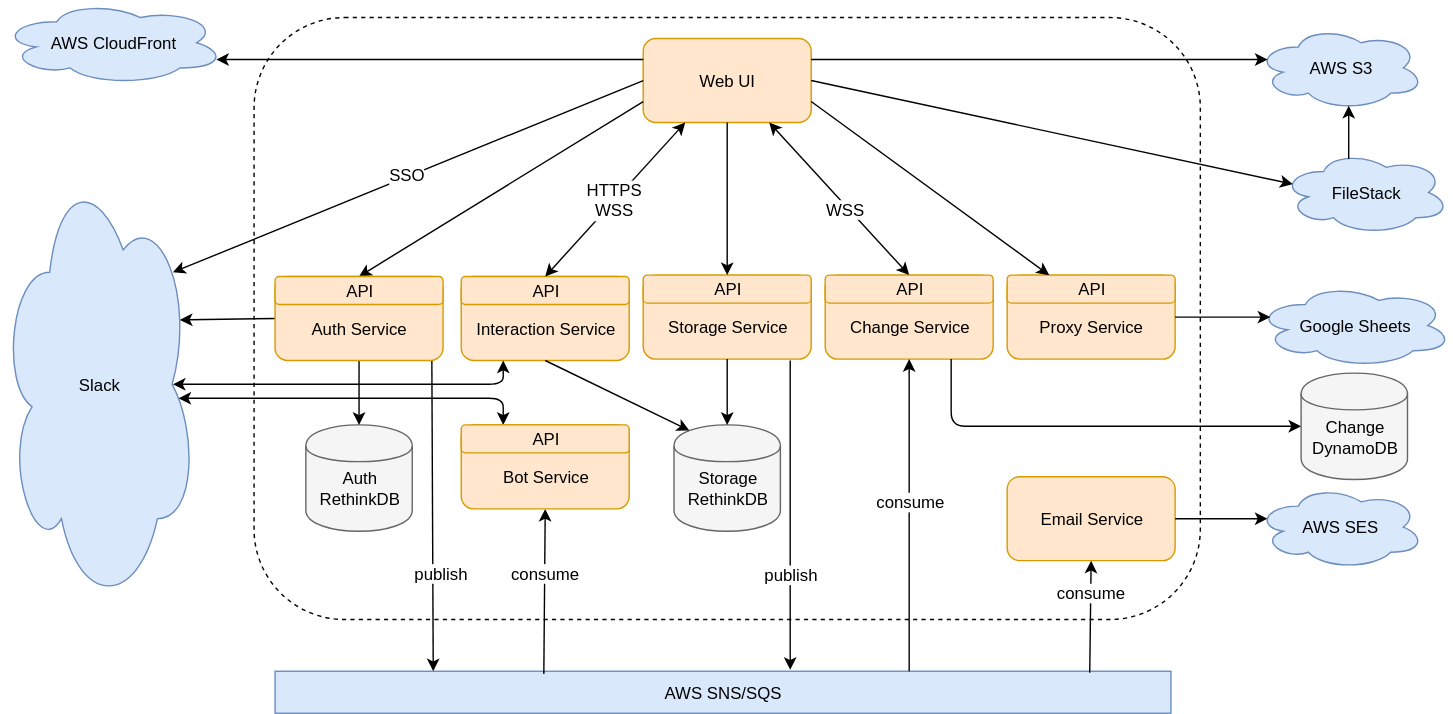
The draw.io diagram OC-System.svg in open-company/developer-onboarding, before a commit. Source tidied: cells renumbered, new cells last; positions are measured from the earlier drawing's top-left corner, leaving out a move shared by most shapes.
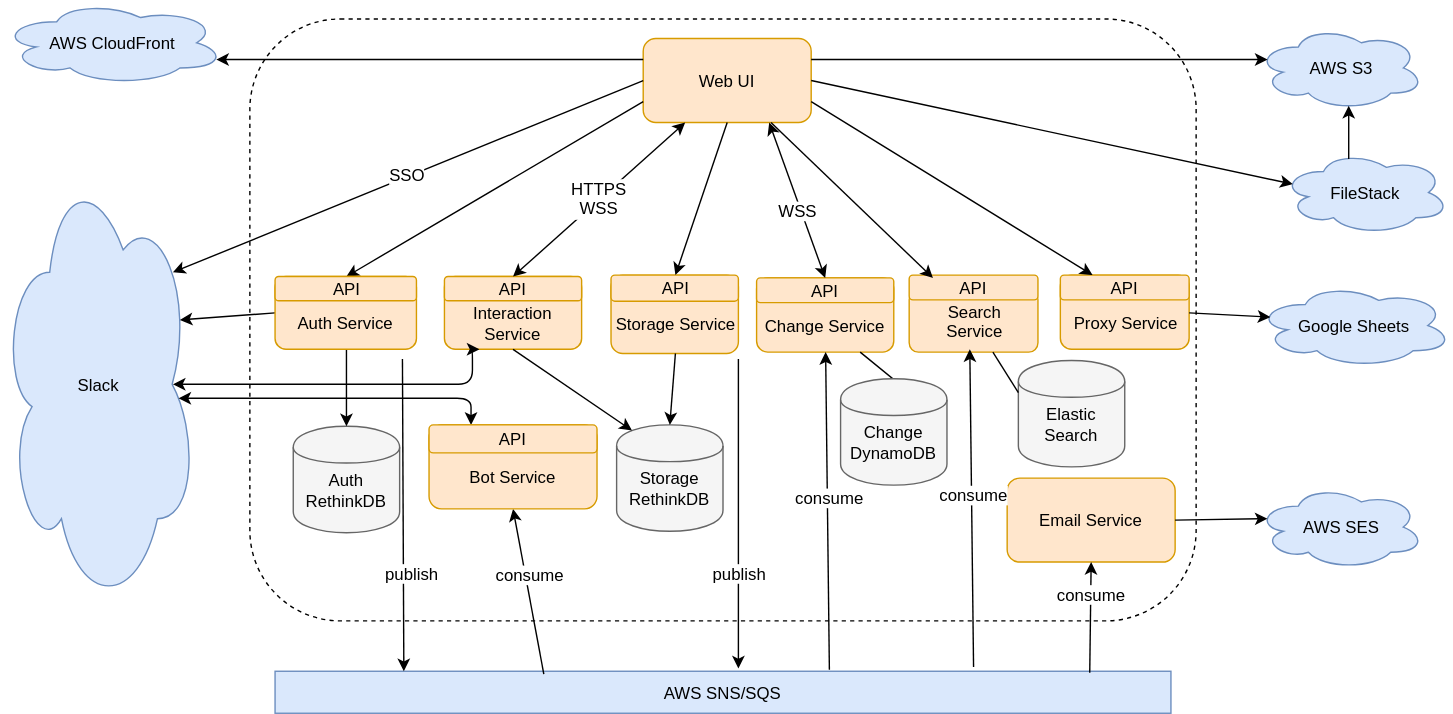
The same diagram one commit later.

What changed in the source:
```diff
@@ -3,13 +3,13 @@
     <mxCell id="0" />
     <mxCell id="1" parent="0" />
     <mxCell id="2" style="rounded=1;whiteSpace=wrap;html=1;dashed=1;" parent="1" vertex="1">
-      <mxGeometry x="181" y="12" width="676" height="430" as="geometry" />
+      <mxGeometry x="178" y="13" width="676" height="430" as="geometry" />
     </mxCell>
     <mxCell id="3" value="&lt;div&gt;&lt;br&gt;&lt;/div&gt;Storage&lt;div&gt;RethinkDB&lt;/div&gt;" style="shape=cylinder;whiteSpace=wrap;html=1;fontSize=12;fontColor=#000000;fillColor=#f5f5f5;strokeColor=#666666;" parent="1" vertex="1">
-      <mxGeometry x="481" y="303" width="76" height="76" as="geometry" />
+      <mxGeometry x="440" y="303" width="76" height="76" as="geometry" />
     </mxCell>
     <mxCell id="4" value="&lt;div&gt;&lt;br&gt;&lt;/div&gt;Auth&lt;div&gt;RethinkDB&lt;/div&gt;" style="shape=cylinder;whiteSpace=wrap;html=1;fontSize=12;fontColor=#000000;fillColor=#f5f5f5;strokeColor=#666666;" parent="1" vertex="1">
-      <mxGeometry x="218" y="303" width="76" height="76" as="geometry" />
+      <mxGeometry x="209" y="304" width="76" height="76" as="geometry" />
     </mxCell>
     <mxCell id="5" value="Slack" style="ellipse;shape=cloud;whiteSpace=wrap;html=1;fontSize=12;fontColor=#000000;fillColor=#dae8fc;strokeColor=#6c8ebf;" parent="1" vertex="1">
       <mxGeometry y="114" width="140" height="320" as="geometry" />
@@ -21,34 +21,34 @@
       <mxGeometry x="196" y="479" width="640" height="30" as="geometry" />
     </mxCell>
     <mxCell id="8" value="Email Service" style="rounded=1;whiteSpace=wrap;html=1;fontSize=12;fontColor=#000000;fillColor=#ffe6cc;strokeColor=#d79b00;" parent="1" vertex="1">
-      <mxGeometry x="719" y="340" width="120" height="60" as="geometry" />
+      <mxGeometry x="719" y="341" width="120" height="60" as="geometry" />
     </mxCell>
     <mxCell id="9" style="group;" parent="1" vertex="1">
-      <mxGeometry x="589" y="196" width="120" height="60" as="geometry" />
+      <mxGeometry x="540" y="198" width="98" height="53" as="geometry" />
     </mxCell>
     <mxCell id="10" value="&lt;div&gt;&lt;br&gt;&lt;/div&gt;Change Service" style="rounded=1;whiteSpace=wrap;html=1;fontSize=12;fontColor=#000000;fillColor=#ffe6cc;strokeColor=#d79b00;" parent="9" vertex="1">
-      <mxGeometry width="120" height="60" as="geometry" />
+      <mxGeometry width="98" height="53" as="geometry" />
     </mxCell>
     <mxCell id="11" value="API" style="rounded=1;whiteSpace=wrap;html=1;fontSize=12;fontColor=#000000;fillColor=#ffe6cc;strokeColor=#d79b00;" parent="9" vertex="1">
-      <mxGeometry width="120" height="20" as="geometry" />
+      <mxGeometry width="98" height="17.7" as="geometry" />
     </mxCell>
     <mxCell id="12" style="group;" parent="1" vertex="1">
-      <mxGeometry x="459" y="196" width="120" height="60" as="geometry" />
+      <mxGeometry x="436" y="196" width="91" height="56" as="geometry" />
     </mxCell>
     <mxCell id="13" value="&lt;div&gt;&lt;br&gt;&lt;/div&gt;&lt;div&gt;Storage Service&lt;/div&gt;" style="rounded=1;whiteSpace=wrap;html=1;fontSize=12;fontColor=#000000;fillColor=#ffe6cc;strokeColor=#d79b00;" parent="12" vertex="1">
-      <mxGeometry width="120" height="60" as="geometry" />
+      <mxGeometry width="91" height="56" as="geometry" />
     </mxCell>
     <mxCell id="14" value="API" style="rounded=1;whiteSpace=wrap;html=1;fontSize=12;fontColor=#000000;fillColor=#ffe6cc;strokeColor=#d79b00;" parent="12" vertex="1">
-      <mxGeometry width="120" height="20" as="geometry" />
+      <mxGeometry width="91" height="18.7" as="geometry" />
     </mxCell>
     <mxCell id="15" style="group;" parent="1" vertex="1">
-      <mxGeometry x="329" y="197" width="120" height="60" as="geometry" />
+      <mxGeometry x="317" y="197" width="98" height="52" as="geometry" />
     </mxCell>
     <mxCell id="16" value="&lt;div&gt;&lt;br&gt;&lt;/div&gt;&lt;div&gt;Interaction Service&lt;/div&gt;" style="rounded=1;whiteSpace=wrap;html=1;fontSize=12;fontColor=#000000;fillColor=#ffe6cc;strokeColor=#d79b00;" parent="15" vertex="1">
-      <mxGeometry width="120" height="60" as="geometry" />
+      <mxGeometry width="98" height="52" as="geometry" />
     </mxCell>
     <mxCell id="17" value="API" style="rounded=1;whiteSpace=wrap;html=1;fontSize=12;fontColor=#000000;fillColor=#ffe6cc;strokeColor=#d79b00;" parent="15" vertex="1">
-      <mxGeometry width="120" height="20" as="geometry" />
+      <mxGeometry width="98" height="17.3" as="geometry" />
     </mxCell>
     <mxCell id="18" value="AWS SES" style="ellipse;shape=cloud;whiteSpace=wrap;html=1;fontSize=12;fontColor=#000000;fillColor=#dae8fc;strokeColor=#6c8ebf;" parent="1" vertex="1">
       <mxGeometry x="897" y="346" width="120" height="60" as="geometry" />
@@ -67,8 +67,8 @@
     </mxCell>
     <mxCell id="23" style="endArrow=classic;html=1;strokeColor=#000000;fontSize=12;fontColor=#000000;exitX=0.917;exitY=1.017;exitPerimeter=0;" parent="1" edge="1">
       <mxGeometry relative="1" as="geometry">
-        <mxPoint x="564" y="257" as="sourcePoint" />
-        <mxPoint x="564" y="478" as="targetPoint" />
+        <mxPoint x="527" y="256" as="sourcePoint" />
+        <mxPoint x="527" y="477" as="targetPoint" />
       </mxGeometry>
     </mxCell>
     <mxCell id="24" value="publish" style="text;html=1;align=center;verticalAlign=middle;labelBackgroundColor=#ffffff;fontSize=12;fontColor=#000000;" parent="23" vertex="1">
@@ -86,8 +86,8 @@
     </mxCell>
     <mxCell id="27" style="endArrow=classic;html=1;strokeColor=#000000;fontSize=12;fontColor=#000000;exitX=0.975;exitY=0.983;exitPerimeter=0;entryX=0.178;entryY=0;entryPerimeter=0;" parent="1" edge="1">
       <mxGeometry relative="1" as="geometry">
-        <mxPoint x="308" y="256" as="sourcePoint" />
-        <mxPoint x="309" y="479" as="targetPoint" />
+        <mxPoint x="287" y="256" as="sourcePoint" />
+        <mxPoint x="288" y="479" as="targetPoint" />
       </mxGeometry>
     </mxCell>
     <mxCell id="28" value="publish" style="text;html=1;align=center;verticalAlign=middle;labelBackgroundColor=#ffffff;fontSize=12;fontColor=#000000;" parent="27" vertex="1">
@@ -110,13 +110,13 @@
       <mxGeometry relative="1" as="geometry" />
     </mxCell>
     <mxCell id="33" style="group;" parent="1" vertex="1">
-      <mxGeometry x="719" y="196" width="120" height="60" as="geometry" />
+      <mxGeometry x="757" y="196" width="92" height="53" as="geometry" />
     </mxCell>
     <mxCell id="34" value="&lt;div&gt;&lt;br&gt;&lt;/div&gt;Proxy Service" style="rounded=1;whiteSpace=wrap;html=1;fontSize=12;fontColor=#000000;fillColor=#ffe6cc;strokeColor=#d79b00;" parent="33" vertex="1">
-      <mxGeometry width="120" height="60" as="geometry" />
+      <mxGeometry width="92" height="53" as="geometry" />
     </mxCell>
     <mxCell id="35" value="API" style="rounded=1;whiteSpace=wrap;html=1;fontSize=12;fontColor=#000000;fillColor=#ffe6cc;strokeColor=#d79b00;" parent="33" vertex="1">
-      <mxGeometry width="120" height="20" as="geometry" />
+      <mxGeometry width="92" height="17.7" as="geometry" />
     </mxCell>
     <mxCell id="36" style="endArrow=classic;html=1;strokeColor=#000000;fontSize=12;fontColor=#000000;entryX=0.07;entryY=0.4;entryPerimeter=0;exitX=1;exitY=0.5;" parent="1" edge="1" source="34" target="22">
       <mxGeometry relative="1" as="geometry" />
@@ -151,7 +151,8 @@
     <mxCell id="46" style="edgeStyle=segmentEdgeStyle;endArrow=classic;html=1;strokeColor=#000000;entryX=0.25;entryY=1;exitX=0.875;exitY=0.5;exitPerimeter=0;endFill=1;startArrow=classic;startFill=1;" parent="1" edge="1" source="5" target="16">
       <mxGeometry relative="1" as="geometry">
         <Array as="points">
-          <mxPoint x="359" y="274" />
+          <mxPoint x="337" y="274" />
+          <mxPoint x="337" y="249" />
         </Array>
       </mxGeometry>
     </mxCell>
@@ -180,14 +181,12 @@
       <mxGeometry relative="1" as="geometry">
         <mxPoint x="127" y="284" as="sourcePoint" />
         <Array as="points">
-          <mxPoint x="359" y="284" />
+          <mxPoint x="336" y="284" />
         </Array>
       </mxGeometry>
     </mxCell>
-    <mxCell id="55" style="endArrow=classic;html=1;strokeColor=#000000;fontSize=12;fontColor=#000000;" parent="1" edge="1" target="10">
-      <mxGeometry relative="1" as="geometry">
-        <mxPoint x="649" y="479" as="sourcePoint" />
-      </mxGeometry>
+    <mxCell id="55" style="endArrow=classic;html=1;strokeColor=#000000;fontSize=12;fontColor=#000000;exitX=0.619;exitY=-0.033;exitPerimeter=0;" parent="1" edge="1" source="7" target="10">
+      <mxGeometry relative="1" as="geometry" />
     </mxCell>
     <mxCell id="56" value="consume" style="text;html=1;align=center;verticalAlign=middle;labelBackgroundColor=#ffffff;fontSize=12;fontColor=#000000;" parent="55" vertex="1">
       <mxGeometry x="-0.04" y="1" relative="1" as="geometry">
@@ -202,19 +201,19 @@
       </mxGeometry>
     </mxCell>
     <mxCell id="58" value="&lt;div&gt;&lt;br&gt;&lt;/div&gt;&lt;div&gt;Change&lt;/div&gt;&lt;div&gt;DynamoDB&lt;/div&gt;" style="shape=cylinder;whiteSpace=wrap;html=1;fontSize=12;fontColor=#000000;fillColor=#f5f5f5;strokeColor=#666666;" parent="1" vertex="1">
-      <mxGeometry x="929" y="266" width="76" height="76" as="geometry" />
+      <mxGeometry x="600" y="270" width="76" height="76" as="geometry" />
     </mxCell>
     <mxCell id="59" style="group;" parent="1" vertex="1">
-      <mxGeometry x="196" y="197" width="120" height="60" as="geometry" />
+      <mxGeometry x="196" y="197" width="101" height="52" as="geometry" />
     </mxCell>
     <mxCell id="60" value="&lt;div&gt;&lt;br&gt;&lt;/div&gt;Auth Service" style="rounded=1;whiteSpace=wrap;html=1;fontSize=12;fontColor=#000000;fillColor=#ffe6cc;strokeColor=#d79b00;" parent="59" vertex="1">
-      <mxGeometry width="120" height="60" as="geometry" />
+      <mxGeometry width="101" height="52" as="geometry" />
     </mxCell>
     <mxCell id="61" value="API" style="rounded=1;whiteSpace=wrap;html=1;fontSize=12;fontColor=#000000;fillColor=#ffe6cc;strokeColor=#d79b00;" parent="59" vertex="1">
-      <mxGeometry width="120" height="20" as="geometry" />
+      <mxGeometry width="101" height="17.3" as="geometry" />
     </mxCell>
     <mxCell id="62" style="group;" parent="1" vertex="1">
-      <mxGeometry x="329" y="303" width="120" height="60" as="geometry" />
+      <mxGeometry x="306" y="303" width="120" height="60" as="geometry" />
     </mxCell>
     <mxCell id="63" value="&lt;div&gt;&lt;br&gt;&lt;/div&gt;Bot Service" style="rounded=1;whiteSpace=wrap;html=1;fontSize=12;fontColor=#000000;fillColor=#ffe6cc;strokeColor=#d79b00;" parent="62" vertex="1">
       <mxGeometry width="120" height="60" as="geometry" />
@@ -222,5 +221,36 @@
     <mxCell id="64" value="API" style="rounded=1;whiteSpace=wrap;html=1;fontSize=12;fontColor=#000000;fillColor=#ffe6cc;strokeColor=#d79b00;" parent="62" vertex="1">
       <mxGeometry width="120" height="20" as="geometry" />
     </mxCell>
+    <mxCell id="65" style="group;" parent="1" vertex="1">
+      <mxGeometry x="657" y="201" width="92" height="60" as="geometry" />
+    </mxCell>
+    <mxCell id="66" value="Search&lt;div&gt;&lt;/div&gt;&lt;div&gt;Service&lt;/div&gt;" style="rounded=1;whiteSpace=wrap;html=1;fontSize=12;fontColor=#000000;fillColor=#ffe6cc;strokeColor=#d79b00;" parent="65" vertex="1">
+      <mxGeometry x="-8" y="6" width="92" height="44" as="geometry" />
+    </mxCell>
+    <mxCell id="67" value="API" style="rounded=1;whiteSpace=wrap;html=1;fontSize=12;fontColor=#000000;fillColor=#ffe6cc;strokeColor=#d79b00;" parent="65" vertex="1">
+      <mxGeometry x="-8" y="-5" width="92" height="17.7" as="geometry" />
+    </mxCell>
+    <mxCell id="68" style="endArrow=classic;html=1;strokeColor=#000000;fontSize=12;fontColor=#000000;exitX=0.619;exitY=-0.033;exitPerimeter=0;" parent="1" edge="1">
+      <mxGeometry relative="1" as="geometry">
+        <mxPoint x="695" y="476" as="sourcePoint" />
+        <mxPoint x="692.3" y="249" as="targetPoint" />
+      </mxGeometry>
+    </mxCell>
+    <mxCell id="69" value="consume" style="text;html=1;align=center;verticalAlign=middle;labelBackgroundColor=#ffffff;fontSize=12;fontColor=#000000;" parent="68" vertex="1">
+      <mxGeometry x="-0.04" y="1" relative="1" as="geometry">
+        <mxPoint x="2" y="-15" as="offset" />
+      </mxGeometry>
+    </mxCell>
+    <mxCell id="70" style="endArrow=classic;html=1;strokeColor=#000000;fontSize=12;fontColor=#000000;entryX=0.5;entryY=0;" parent="1" edge="1" source="37">
+      <mxGeometry relative="1" as="geometry">
+        <mxPoint x="666" y="198" as="targetPoint" />
+      </mxGeometry>
+    </mxCell>
+    <mxCell id="71" value="&lt;br&gt;&lt;div&gt;Elastic Search&lt;/div&gt;" style="shape=cylinder;whiteSpace=wrap;html=1;fontSize=12;fontColor=#000000;fillColor=#f5f5f5;strokeColor=#666666;" parent="1" vertex="1">
+      <mxGeometry x="727" y="257" width="76" height="76" as="geometry" />
+    </mxCell>
+    <mxCell id="72" style="endArrow=none;html=1;exitX=0;exitY=0.3;" parent="1" edge="1" source="71" target="66">
+      <mxGeometry relative="1" as="geometry" />
+    </mxCell>
   </root>
 </mxGraphModel>
```
